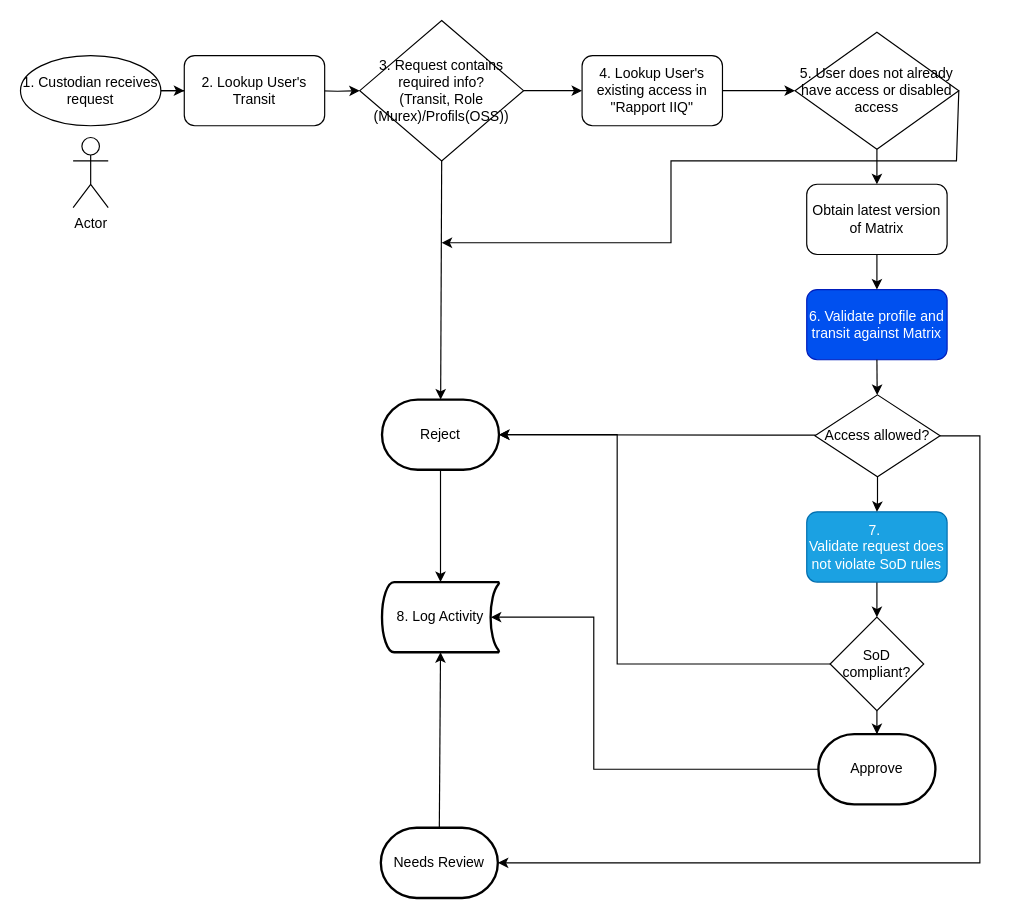
This is page "Page-1" (1 of 3) of CustodianWorkflow.drawio from michaelbarbara/ai-agents-for-beginners, a draw.io file, before an edit. Source tidied: cells renumbered, new cells numbered last; positions are measured from the earlier drawing's top-left corner, leaving out a move shared by most shapes. Both pictures are drawn from the tidied source at 117%, with x=0, y=0 at pixel (20, 20).
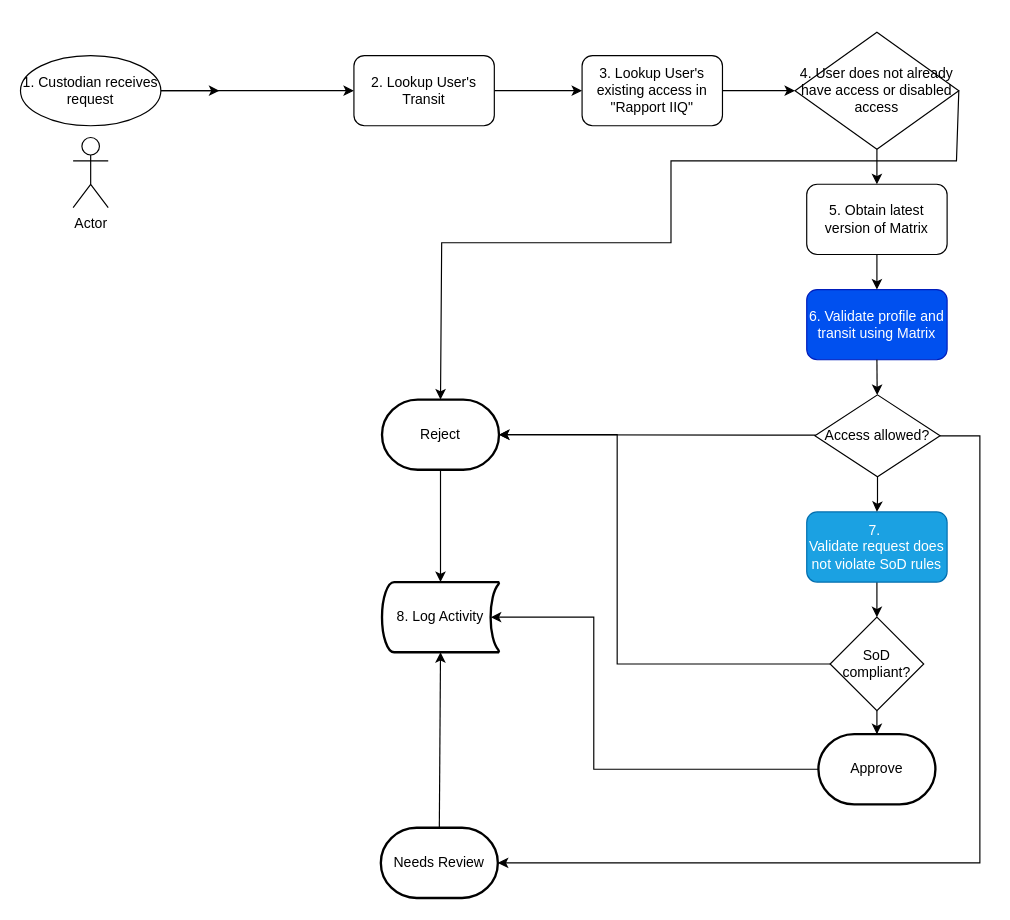
After the change.

Unchanged cells that the change refers to:
```xml
<mxCell id="26" value="&lt;div&gt;Reject&lt;/div&gt;" style="strokeWidth=2;html=1;shape=mxgraph.flowchart.terminator;whiteSpace=wrap;" parent="1" vertex="1">
  <mxGeometry x="309" y="324" width="100" height="60" as="geometry" />
</mxCell>
```

What changed in the source:
```diff
@@
-    <mxCell id="3" value="6. Validate profile and transit against Matrix" style="rounded=1;whiteSpace=wrap;html=1;fillColor=#0050ef;fontColor=#ffffff;strokeColor=#001DBC;" parent="1" vertex="1">
+    <mxCell id="3" value="6. Validate profile and transit using Matrix" style="rounded=1;whiteSpace=wrap;html=1;fillColor=#0050ef;fontColor=#ffffff;strokeColor=#001DBC;" parent="1" vertex="1">
       <mxGeometry x="672" y="230" width="120" height="60" as="geometry" />
     </mxCell>
@@
-    <mxCell id="8" style="edgeStyle=orthogonalEdgeStyle;rounded=0;jettySize=auto;html=1;" parent="1" edge="1" target="10">
-      <mxGeometry relative="1" as="geometry">
-        <mxPoint x="250" y="60" as="sourcePoint" />
-      </mxGeometry>
-    </mxCell>
@@
-    <mxCell id="10" value="&lt;div&gt;3. Request contains required info?&lt;/div&gt;&lt;div&gt;(Transit, Role (Murex)/Profils(OSS))&lt;/div&gt;" style="rhombus;whiteSpace=wrap;html=1;" parent="1" vertex="1">
-      <mxGeometry x="290" width="140" height="120" as="geometry" />
-    </mxCell>
@@
-    <mxCell id="12" value="&lt;div&gt;5. User does not already have access or disabled access&lt;/div&gt;" style="rhombus;whiteSpace=wrap;html=1;" parent="1" vertex="1">
+    <mxCell id="12" value="&lt;div&gt;4. User does not already have access or disabled access&lt;/div&gt;" style="rhombus;whiteSpace=wrap;html=1;" parent="1" vertex="1">
       <mxGeometry x="662" y="10" width="140" height="100" as="geometry" />
     </mxCell>
@@
-    <mxCell id="20" style="endArrow=classic;html=1;rounded=0;exitX=1;exitY=0.5;exitDx=0;exitDy=0;" parent="1" edge="1" source="12">
+    <mxCell id="20" style="endArrow=classic;html=1;rounded=0;exitX=1;exitY=0.5;exitDx=0;exitDy=0;entryX=0.5;entryY=0;entryDx=0;entryDy=0;entryPerimeter=0;" parent="1" edge="1" source="12" target="26">
       <mxGeometry relative="1" as="geometry">
-        <mxPoint x="360" y="190" as="targetPoint" />
         <Array as="points">
           <mxPoint x="800" y="120" />
           <mxPoint x="556" y="120" />
           <mxPoint x="556" y="190" />
           <mxPoint x="466" y="190" />
+          <mxPoint x="360" y="190" />
         </Array>
       </mxGeometry>
     </mxCell>
+    <mxCell id="36" style="edgeStyle=orthogonalEdgeStyle;rounded=0;jettySize=auto;html=1;" parent="1" edge="1" source="21" target="23">
+      <mxGeometry relative="1" as="geometry" />
+    </mxCell>
     <mxCell id="21" value="2. Lookup User's Transit" style="rounded=1;whiteSpace=wrap;html=1;" parent="1" vertex="1">
-      <mxGeometry x="140" y="30" width="120" height="60" as="geometry" />
+      <mxGeometry x="285" y="30" width="120" height="60" as="geometry" />
     </mxCell>
-    <mxCell id="22" style="edgeStyle=orthogonalEdgeStyle;rounded=0;jettySize=auto;html=1;" parent="1" edge="1" source="10" target="23">
-      <mxGeometry relative="1" as="geometry" />
-    </mxCell>
-    <mxCell id="23" value="4. Lookup User's existing access in &quot;Rapport IIQ&quot;" style="rounded=1;whiteSpace=wrap;html=1;" parent="1" vertex="1">
+    <mxCell id="23" value="3. Lookup User's existing access in &quot;Rapport IIQ&quot;" style="rounded=1;whiteSpace=wrap;html=1;" parent="1" vertex="1">
       <mxGeometry x="480" y="30" width="120" height="60" as="geometry" />
     </mxCell>
@@
-    <mxCell id="27" style="endArrow=classic;html=1;rounded=0;exitX=0.5;exitY=1;exitDx=0;exitDy=0;" parent="1" edge="1" source="10" target="26">
-      <mxGeometry relative="1" as="geometry" />
-    </mxCell>
@@
-    <mxCell id="32" value="Obtain latest version of Matrix" style="rounded=1;whiteSpace=wrap;html=1;" parent="1" vertex="1">
+    <mxCell id="32" value="5. Obtain latest version of Matrix" style="rounded=1;whiteSpace=wrap;html=1;" parent="1" vertex="1">
       <mxGeometry x="672" y="140" width="120" height="60" as="geometry" />
     </mxCell>
```
